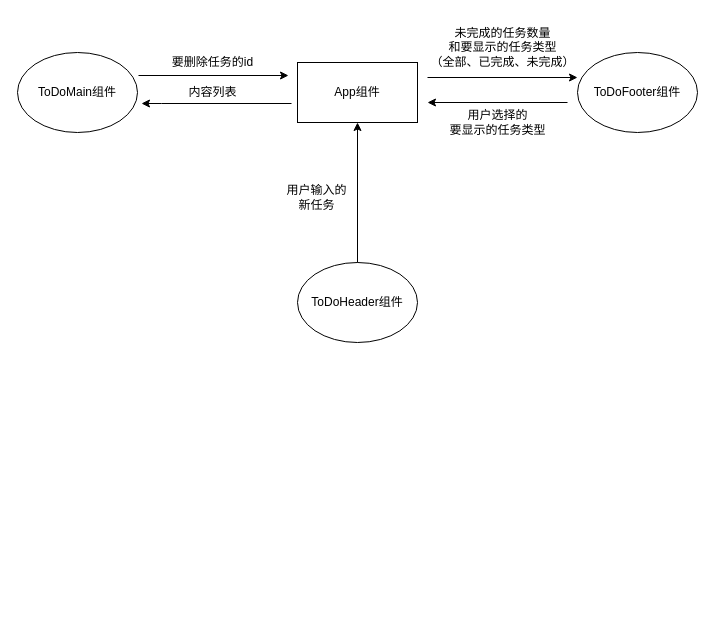
Before: Vue3黑马程序员教材ToDoList实例.drawio in bannoorse/graphs1, a draw.io diagram. Source tidied: cells renumbered, new cells numbered last; positions are measured from the earlier drawing's top-left corner, leaving out a move shared by most shapes. Both pictures are drawn from the tidied source at 100%, with x=0, y=0 at pixel (17, 17).
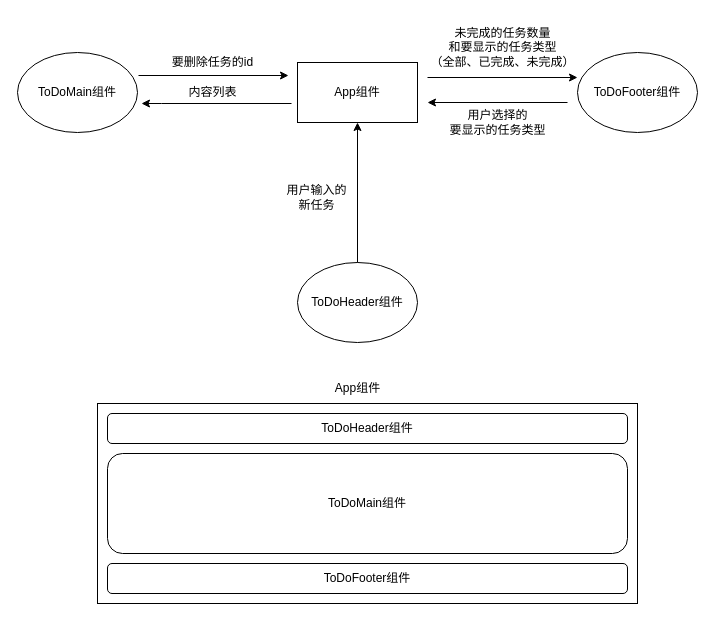
Above is the later version.

Commit message:
更新Vue3黑马程序员教材ToDoList实例.drawio

Diff of the diagram source:
```diff
@@
+    <mxCell id="16" style="rounded=0;whiteSpace=wrap;html=1;" parent="1" vertex="1">
+      <mxGeometry x="80" y="386" width="540" height="200" as="geometry" />
+    </mxCell>
+    <mxCell id="17" value="App组件" style="text;html=1;align=center;verticalAlign=middle;strokeColor=none;fillColor=none;" parent="1" vertex="1">
+      <mxGeometry x="305" y="356" width="70" height="30" as="geometry" />
+    </mxCell>
+    <mxCell id="18" value="ToDoHeader组件" style="rounded=1;whiteSpace=wrap;html=1;" parent="1" vertex="1">
+      <mxGeometry x="90" y="396" width="520" height="30" as="geometry" />
+    </mxCell>
+    <mxCell id="19" value="ToDoMain组件" style="rounded=1;whiteSpace=wrap;html=1;" parent="1" vertex="1">
+      <mxGeometry x="90" y="436" width="520" height="100" as="geometry" />
+    </mxCell>
+    <mxCell id="20" value="ToDoFooter组件" style="rounded=1;whiteSpace=wrap;html=1;" parent="1" vertex="1">
+      <mxGeometry x="90" y="546" width="520" height="30" as="geometry" />
+    </mxCell>
```
